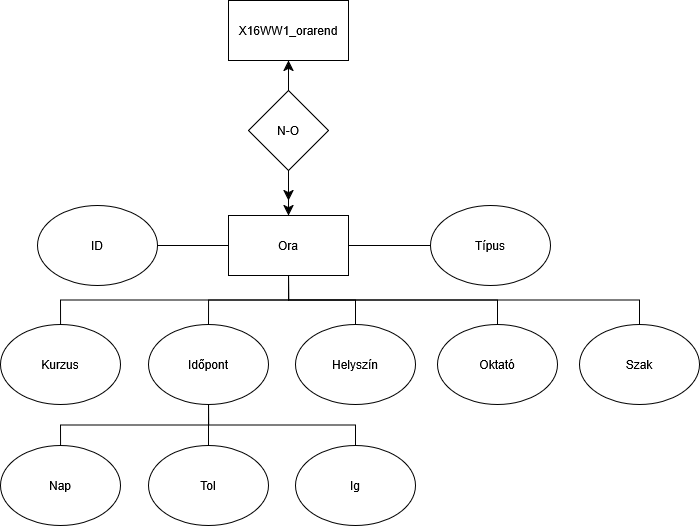
Before: X16WW1_0305/X16WW1_AR.png, a diagram exported from draw.io (TakacsAdamUNITHE/X16WW1WebXML). Source tidied: cells renumbered, new cells last; positions are measured from the earlier drawing's top-left corner, leaving out a move shared by most shapes.
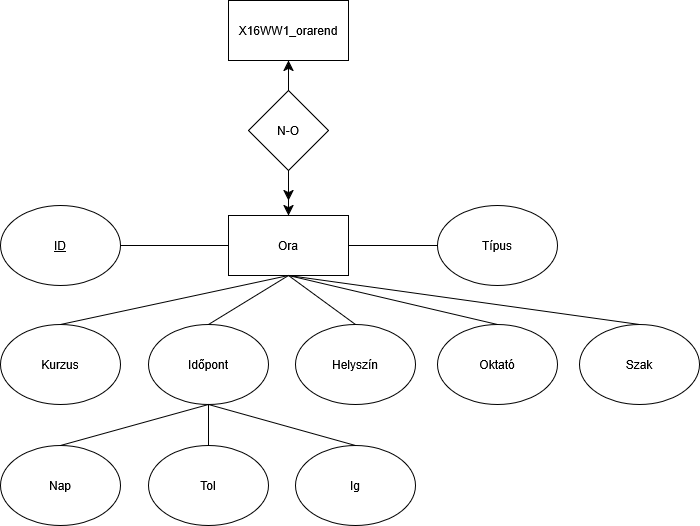
Later version of the same file.

The edit, as a diff of the source:
```diff
@@ -8,21 +8,6 @@
     <mxCell id="3" style="edgeStyle=orthogonalEdgeStyle;rounded=0;jettySize=auto;html=1;exitX=1;exitY=0.5;exitDx=0;exitDy=0;entryX=0;entryY=0.5;entryDx=0;entryDy=0;endArrow=none;startFill=0;" parent="1" edge="1" source="9" target="17">
       <mxGeometry relative="1" as="geometry" />
     </mxCell>
-    <mxCell id="4" style="edgeStyle=orthogonalEdgeStyle;rounded=0;jettySize=auto;html=1;exitX=0.5;exitY=1;exitDx=0;exitDy=0;entryX=0.5;entryY=0;entryDx=0;entryDy=0;endArrow=none;startFill=0;" parent="1" edge="1" source="9" target="29">
-      <mxGeometry relative="1" as="geometry" />
-    </mxCell>
-    <mxCell id="5" style="edgeStyle=orthogonalEdgeStyle;rounded=0;jettySize=auto;html=1;exitX=0.5;exitY=1;exitDx=0;exitDy=0;entryX=0.5;entryY=0;entryDx=0;entryDy=0;endArrow=none;startFill=0;" parent="1" edge="1" source="9" target="19">
-      <mxGeometry relative="1" as="geometry" />
-    </mxCell>
-    <mxCell id="6" style="edgeStyle=orthogonalEdgeStyle;rounded=0;jettySize=auto;html=1;exitX=0.5;exitY=1;exitDx=0;exitDy=0;entryX=0.5;entryY=0;entryDx=0;entryDy=0;endArrow=none;startFill=0;" parent="1" edge="1" source="9" target="20">
-      <mxGeometry relative="1" as="geometry" />
-    </mxCell>
-    <mxCell id="7" style="edgeStyle=orthogonalEdgeStyle;rounded=0;jettySize=auto;html=1;exitX=0.5;exitY=1;exitDx=0;exitDy=0;entryX=0.5;entryY=0;entryDx=0;entryDy=0;endArrow=none;startFill=0;" parent="1" edge="1" source="9" target="21">
-      <mxGeometry relative="1" as="geometry" />
-    </mxCell>
-    <mxCell id="8" style="edgeStyle=orthogonalEdgeStyle;rounded=0;jettySize=auto;html=1;exitX=0.5;exitY=1;exitDx=0;exitDy=0;entryX=0.5;entryY=0;entryDx=0;entryDy=0;endArrow=none;startFill=0;" parent="1" edge="1" source="9" target="22">
-      <mxGeometry relative="1" as="geometry" />
-    </mxCell>
     <mxCell id="9" value="&lt;div&gt;Ora&lt;/div&gt;" style="rounded=0;whiteSpace=wrap;html=1;" parent="1" vertex="1">
       <mxGeometry x="228" y="215" width="120" height="60" as="geometry" />
     </mxCell>
@@ -43,8 +28,8 @@
         <mxPoint x="288" y="200" as="targetPoint" />
       </mxGeometry>
     </mxCell>
-    <mxCell id="15" value="ID" style="ellipse;whiteSpace=wrap;html=1;" parent="1" vertex="1">
-      <mxGeometry x="37" y="205" width="120" height="80" as="geometry" />
+    <mxCell id="15" value="&lt;u&gt;ID&lt;/u&gt;" style="ellipse;whiteSpace=wrap;html=1;" parent="1" vertex="1">
+      <mxGeometry y="205" width="120" height="80" as="geometry" />
     </mxCell>
     <mxCell id="16" style="edgeStyle=none;curved=1;rounded=0;orthogonalLoop=1;jettySize=auto;html=1;exitX=0.75;exitY=0;exitDx=0;exitDy=0;fontSize=12;startSize=8;endSize=8;" parent="1" edge="1">
       <mxGeometry relative="1" as="geometry">
@@ -53,7 +38,7 @@
       </mxGeometry>
     </mxCell>
     <mxCell id="17" value="&lt;div&gt;Típus&lt;/div&gt;" style="ellipse;whiteSpace=wrap;html=1;" parent="1" vertex="1">
-      <mxGeometry x="430" y="205" width="120" height="80" as="geometry" />
+      <mxGeometry x="437" y="205" width="120" height="80" as="geometry" />
     </mxCell>
     <mxCell id="18" style="endArrow=none;html=1;rounded=0;exitX=1;exitY=0.5;exitDx=0;exitDy=0;entryX=0;entryY=0.5;entryDx=0;entryDy=0;" parent="1" edge="1" source="15" target="9">
       <mxGeometry relative="1" as="geometry" />
@@ -79,17 +64,32 @@
     <mxCell id="25" value="Ig" style="ellipse;whiteSpace=wrap;html=1;" parent="1" vertex="1">
       <mxGeometry x="295" y="445" width="120" height="80" as="geometry" />
     </mxCell>
-    <mxCell id="26" style="edgeStyle=orthogonalEdgeStyle;rounded=0;jettySize=auto;html=1;exitX=0.5;exitY=1;exitDx=0;exitDy=0;endArrow=none;startFill=0;" parent="1" edge="1" source="29" target="23">
-      <mxGeometry relative="1" as="geometry" />
-    </mxCell>
-    <mxCell id="27" style="edgeStyle=orthogonalEdgeStyle;rounded=0;jettySize=auto;html=1;exitX=0.5;exitY=1;exitDx=0;exitDy=0;entryX=0.5;entryY=0;entryDx=0;entryDy=0;endArrow=none;startFill=0;" parent="1" edge="1" source="29" target="24">
-      <mxGeometry relative="1" as="geometry" />
-    </mxCell>
-    <mxCell id="28" style="edgeStyle=orthogonalEdgeStyle;rounded=0;jettySize=auto;html=1;exitX=0.5;exitY=1;exitDx=0;exitDy=0;endArrow=none;startFill=0;" parent="1" edge="1" source="29" target="25">
-      <mxGeometry relative="1" as="geometry" />
-    </mxCell>
     <mxCell id="29" value="&lt;div&gt;Időpont&lt;/div&gt;" style="ellipse;whiteSpace=wrap;html=1;" parent="1" vertex="1">
       <mxGeometry x="148" y="324" width="120" height="80" as="geometry" />
     </mxCell>
+    <mxCell id="30" style="endArrow=none;html=1;rounded=0;exitX=0.5;exitY=0;exitDx=0;exitDy=0;entryX=0.5;entryY=1;entryDx=0;entryDy=0;" parent="1" edge="1" source="19" target="9">
+      <mxGeometry relative="1" as="geometry" />
+    </mxCell>
+    <mxCell id="31" style="endArrow=none;html=1;rounded=0;exitX=0.5;exitY=0;exitDx=0;exitDy=0;entryX=0.5;entryY=1;entryDx=0;entryDy=0;" parent="1" edge="1" source="29" target="9">
+      <mxGeometry relative="1" as="geometry" />
+    </mxCell>
+    <mxCell id="32" style="endArrow=none;html=1;rounded=0;exitX=0.5;exitY=0;exitDx=0;exitDy=0;entryX=0.5;entryY=1;entryDx=0;entryDy=0;" parent="1" edge="1" source="20" target="9">
+      <mxGeometry relative="1" as="geometry" />
+    </mxCell>
+    <mxCell id="33" style="endArrow=none;html=1;rounded=0;exitX=0.5;exitY=0;exitDx=0;exitDy=0;entryX=0.5;entryY=1;entryDx=0;entryDy=0;" parent="1" edge="1" source="21" target="9">
+      <mxGeometry relative="1" as="geometry" />
+    </mxCell>
+    <mxCell id="34" style="endArrow=none;html=1;rounded=0;exitX=0.5;exitY=0;exitDx=0;exitDy=0;entryX=0.5;entryY=1;entryDx=0;entryDy=0;" parent="1" edge="1" source="22" target="9">
+      <mxGeometry relative="1" as="geometry" />
+    </mxCell>
+    <mxCell id="35" style="endArrow=none;html=1;rounded=0;exitX=0.5;exitY=0;exitDx=0;exitDy=0;entryX=0.5;entryY=1;entryDx=0;entryDy=0;" parent="1" edge="1" source="25" target="29">
+      <mxGeometry relative="1" as="geometry" />
+    </mxCell>
+    <mxCell id="36" style="endArrow=none;html=1;rounded=0;exitX=0.5;exitY=0;exitDx=0;exitDy=0;entryX=0.5;entryY=1;entryDx=0;entryDy=0;" parent="1" edge="1" source="23" target="29">
+      <mxGeometry relative="1" as="geometry" />
+    </mxCell>
+    <mxCell id="37" style="endArrow=none;html=1;rounded=0;exitX=0.5;exitY=0;exitDx=0;exitDy=0;entryX=0.5;entryY=1;entryDx=0;entryDy=0;" parent="1" edge="1" source="24" target="29">
+      <mxGeometry relative="1" as="geometry" />
+    </mxCell>
   </root>
 </mxGraphModel>
```
